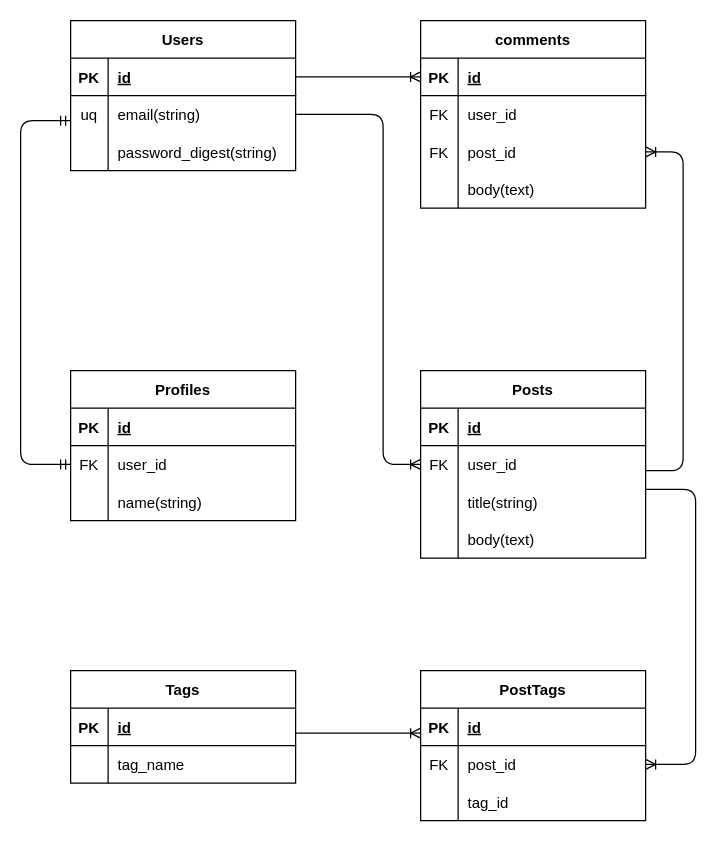
tolbou/TechTrek keeps this draw.io diagram as programming/プロジェクト/MID _TERM＿EXAMINATION＿RAILS/ER図/er.dio. Above is the earlier version. Source tidied: cells renumbered, new cells numbered last; positions are measured from the earlier drawing's top-left corner, leaving out a move shared by most shapes. Both pictures are drawn from the tidied source at 125%, with x=0, y=0 at pixel (20, 20).
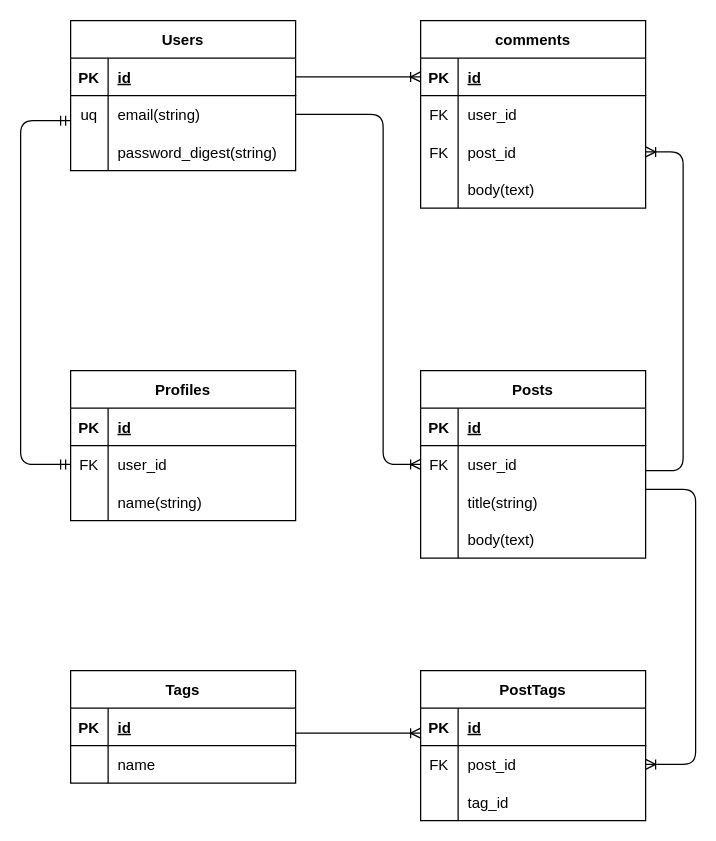
The same page after the edit.

Commit message:
fix:tag_nameをnameに変更

Unchanged cells that the change refers to:
```xml
<mxCell id="67" style="shape=tableRow;horizontal=0;startSize=0;swimlaneHead=0;swimlaneBody=0;fillColor=none;top=0;left=0;right=0;bottom=0;" parent="63" vertex="1">
  <mxGeometry y="60" width="180" height="30" as="geometry" />
</mxCell>
```

Diff of the diagram source:
```diff
@@
-    <mxCell id="69" value="tag_name" style="shape=partialRectangle;fillColor=none;top=0;left=0;bottom=0;right=0;align=left;spacingLeft=6;overflow=hidden;" parent="67" vertex="1">
+    <mxCell id="69" value="name" style="shape=partialRectangle;fillColor=none;top=0;left=0;bottom=0;right=0;align=left;spacingLeft=6;overflow=hidden;" parent="67" vertex="1">
       <mxGeometry x="30" width="150" height="30" as="geometry" />
     </mxCell>
```
